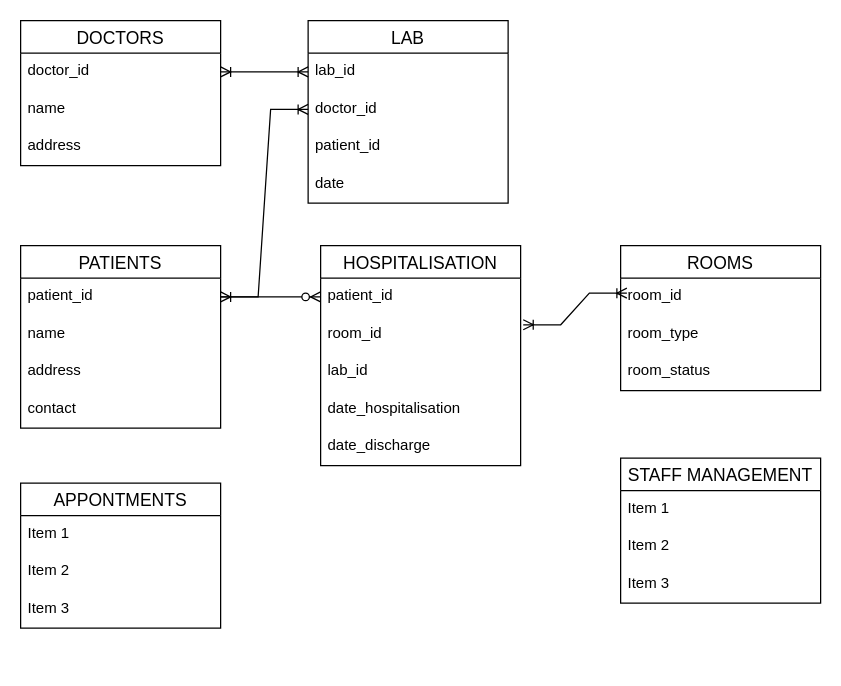
The draw.io diagram page "ER Diagram" (3 of 7) of HMS.drawio in ysebega/ysebega, before the edit. Source tidied: cells renumbered, new cells numbered last; positions are measured from the earlier drawing's top-left corner, leaving out a move shared by most shapes. Both pictures are drawn from the tidied source at 125%, with x=0, y=0 at pixel (20, 20).
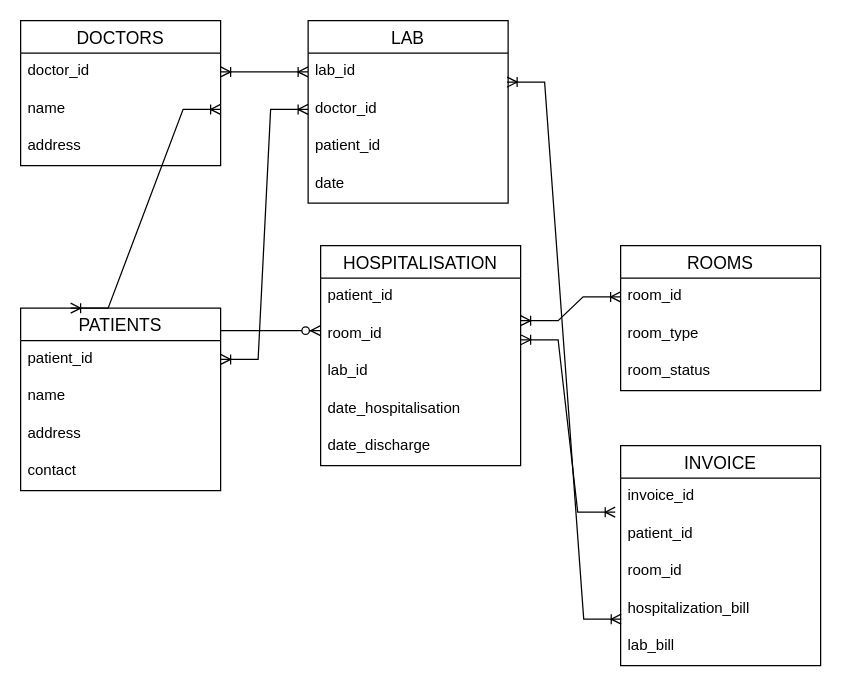
Above is the later version.

The change refers to these unchanged cells:
```xml
<mxCell id="3" value="patient_id" style="text;strokeColor=none;fillColor=none;spacingLeft=4;spacingRight=4;overflow=hidden;points=[[0,0.5],[1,0.5]];portConstraint=eastwest;fontSize=12;" parent="2" vertex="1">
  <mxGeometry y="26" width="160" height="30" as="geometry" />
</mxCell>
<mxCell id="9" value="name" style="text;strokeColor=none;fillColor=none;spacingLeft=4;spacingRight=4;overflow=hidden;points=[[0,0.5],[1,0.5]];portConstraint=eastwest;fontSize=12;" parent="7" vertex="1">
  <mxGeometry y="56" width="160" height="30" as="geometry" />
</mxCell>
<mxCell id="20" value="patient_id" style="text;strokeColor=none;fillColor=none;spacingLeft=4;spacingRight=4;overflow=hidden;points=[[0,0.5],[1,0.5]];portConstraint=eastwest;fontSize=12;" parent="19" vertex="1">
  <mxGeometry y="26" width="160" height="30" as="geometry" />
</mxCell>
<mxCell id="21" value="room_id" style="text;strokeColor=none;fillColor=none;spacingLeft=4;spacingRight=4;overflow=hidden;points=[[0,0.5],[1,0.5]];portConstraint=eastwest;fontSize=12;" parent="19" vertex="1">
  <mxGeometry y="56" width="160" height="30" as="geometry" />
</mxCell>
<mxCell id="26" value="room_id" style="text;strokeColor=none;fillColor=none;spacingLeft=4;spacingRight=4;overflow=hidden;points=[[0,0.5],[1,0.5]];portConstraint=eastwest;fontSize=12;" parent="25" vertex="1">
  <mxGeometry y="26" width="160" height="30" as="geometry" />
</mxCell>
<mxCell id="32" value="lab_id" style="text;strokeColor=none;fillColor=none;spacingLeft=4;spacingRight=4;overflow=hidden;points=[[0,0.5],[1,0.5]];portConstraint=eastwest;fontSize=12;" parent="31" vertex="1">
  <mxGeometry y="26" width="160" height="30" as="geometry" />
</mxCell>
```

The edit, as a diff of the source:
```diff
@@
     <mxCell id="2" value="PATIENTS" style="swimlane;fontStyle=0;horizontal=1;startSize=26;align=center;fontSize=14;" parent="1" vertex="1">
-      <mxGeometry y="180" width="160" height="146" as="geometry" />
+      <mxGeometry y="230" width="160" height="146" as="geometry" />
     </mxCell>
@@
-    <mxCell id="11" value="APPONTMENTS" style="swimlane;fontStyle=0;horizontal=1;startSize=26;align=center;fontSize=14;" parent="1" vertex="1">
-      <mxGeometry y="370" width="160" height="116" as="geometry" />
+    <mxCell id="11" value="INVOICE" style="swimlane;fontStyle=0;horizontal=1;startSize=26;align=center;fontSize=14;" parent="1" vertex="1">
+      <mxGeometry x="480" y="340" width="160" height="176" as="geometry" />
     </mxCell>
-    <mxCell id="12" value="Item 1" style="text;strokeColor=none;fillColor=none;spacingLeft=4;spacingRight=4;overflow=hidden;points=[[0,0.5],[1,0.5]];portConstraint=eastwest;fontSize=12;" parent="11" vertex="1">
+    <mxCell id="12" value="invoice_id" style="text;strokeColor=none;fillColor=none;spacingLeft=4;spacingRight=4;overflow=hidden;points=[[0,0.5],[1,0.5]];portConstraint=eastwest;fontSize=12;" parent="11" vertex="1">
       <mxGeometry y="26" width="160" height="30" as="geometry" />
     </mxCell>
-    <mxCell id="13" value="Item 2" style="text;strokeColor=none;fillColor=none;spacingLeft=4;spacingRight=4;overflow=hidden;fontSize=12;" parent="11" vertex="1">
+    <mxCell id="13" value="patient_id" style="text;strokeColor=none;fillColor=none;spacingLeft=4;spacingRight=4;overflow=hidden;fontSize=12;" parent="11" vertex="1">
       <mxGeometry y="56" width="160" height="30" as="geometry" />
     </mxCell>
-    <mxCell id="14" value="Item 3" style="text;strokeColor=none;fillColor=none;spacingLeft=4;spacingRight=4;overflow=hidden;fontSize=12;" parent="11" vertex="1">
+    <mxCell id="14" value="room_id" style="text;strokeColor=none;fillColor=none;spacingLeft=4;spacingRight=4;overflow=hidden;fontSize=12;" parent="11" vertex="1">
       <mxGeometry y="86" width="160" height="30" as="geometry" />
     </mxCell>
-    <mxCell id="15" value="STAFF MANAGEMENT" style="swimlane;fontStyle=0;horizontal=1;startSize=26;align=center;fontSize=14;" parent="1" vertex="1">
-      <mxGeometry x="480" y="350" width="160" height="116" as="geometry" />
-    </mxCell>
-    <mxCell id="16" value="Item 1" style="text;strokeColor=none;fillColor=none;spacingLeft=4;spacingRight=4;overflow=hidden;fontSize=12;" parent="15" vertex="1">
-      <mxGeometry y="26" width="160" height="30" as="geometry" />
-    </mxCell>
-    <mxCell id="17" value="Item 2" style="text;strokeColor=none;fillColor=none;spacingLeft=4;spacingRight=4;overflow=hidden;fontSize=12;" parent="15" vertex="1">
-      <mxGeometry y="56" width="160" height="30" as="geometry" />
-    </mxCell>
-    <mxCell id="18" value="Item 3" style="text;strokeColor=none;fillColor=none;spacingLeft=4;spacingRight=4;overflow=hidden;fontSize=12;" parent="15" vertex="1">
-      <mxGeometry y="86" width="160" height="30" as="geometry" />
-    </mxCell>
+    <mxCell id="38" value="hospitalization_bill" style="text;strokeColor=none;fillColor=none;spacingLeft=4;spacingRight=4;overflow=hidden;points=[[0,0.5],[1,0.5]];portConstraint=eastwest;fontSize=12;" parent="11" vertex="1">
+      <mxGeometry y="116" width="160" height="30" as="geometry" />
+    </mxCell>
+    <mxCell id="39" value="lab_bill" style="text;strokeColor=none;fillColor=none;spacingLeft=4;spacingRight=4;overflow=hidden;fontSize=12;" parent="11" vertex="1">
+      <mxGeometry y="146" width="160" height="30" as="geometry" />
+    </mxCell>
@@
-    <mxCell id="29" style="edgeStyle=entityRelationEdgeStyle;fontSize=12;html=1;endArrow=ERzeroToMany;endFill=1;rounded=0;exitX=1;exitY=0.5;exitDx=0;exitDy=0;" parent="1" edge="1" source="3" target="20">
-      <mxGeometry relative="1" as="geometry" />
+    <mxCell id="29" style="edgeStyle=entityRelationEdgeStyle;fontSize=12;html=1;endArrow=ERzeroToMany;endFill=1;rounded=0;exitX=1;exitY=0.5;exitDx=0;exitDy=0;" parent="1" edge="1">
+      <mxGeometry relative="1" as="geometry">
+        <mxPoint x="160" y="248" as="sourcePoint" />
+        <mxPoint x="240" y="248" as="targetPoint" />
+      </mxGeometry>
     </mxCell>
-    <mxCell id="30" style="edgeStyle=entityRelationEdgeStyle;fontSize=12;html=1;endArrow=ERoneToMany;startArrow=ERoneToMany;rounded=0;exitX=1.013;exitY=0.244;exitDx=0;exitDy=0;exitPerimeter=0;" parent="1" edge="1" source="21">
+    <mxCell id="30" style="edgeStyle=entityRelationEdgeStyle;fontSize=12;html=1;endArrow=ERoneToMany;startArrow=ERoneToMany;rounded=0;entryX=0;entryY=0.5;entryDx=0;entryDy=0;" parent="1" edge="1" target="26">
       <mxGeometry relative="1" as="geometry">
-        <mxPoint x="485" y="218" as="targetPoint" />
+        <mxPoint x="400" y="240" as="sourcePoint" />
       </mxGeometry>
     </mxCell>
@@
+    <mxCell id="40" style="edgeStyle=entityRelationEdgeStyle;fontSize=12;html=1;endArrow=ERoneToMany;startArrow=ERoneToMany;rounded=0;exitX=1.013;exitY=0.244;exitDx=0;exitDy=0;exitPerimeter=0;entryX=-0.027;entryY=0.907;entryDx=0;entryDy=0;entryPerimeter=0;" parent="1" edge="1" target="12">
+      <mxGeometry relative="1" as="geometry">
+        <mxPoint x="400" y="255.3" as="sourcePoint" />
+      </mxGeometry>
+    </mxCell>
+    <mxCell id="41" style="edgeStyle=entityRelationEdgeStyle;fontSize=12;html=1;endArrow=ERoneToMany;startArrow=ERoneToMany;rounded=0;exitX=0.995;exitY=0.773;exitDx=0;exitDy=0;exitPerimeter=0;entryX=0.003;entryY=0.76;entryDx=0;entryDy=0;entryPerimeter=0;" parent="1" edge="1" source="32" target="38">
+      <mxGeometry relative="1" as="geometry" />
+    </mxCell>
+    <mxCell id="42" style="edgeStyle=entityRelationEdgeStyle;fontSize=12;html=1;endArrow=ERoneToMany;startArrow=ERoneToMany;rounded=0;entryX=0.25;entryY=0;entryDx=0;entryDy=0;exitX=1;exitY=0.5;exitDx=0;exitDy=0;" parent="1" edge="1" source="9" target="2">
+      <mxGeometry relative="1" as="geometry" />
+    </mxCell>
```
